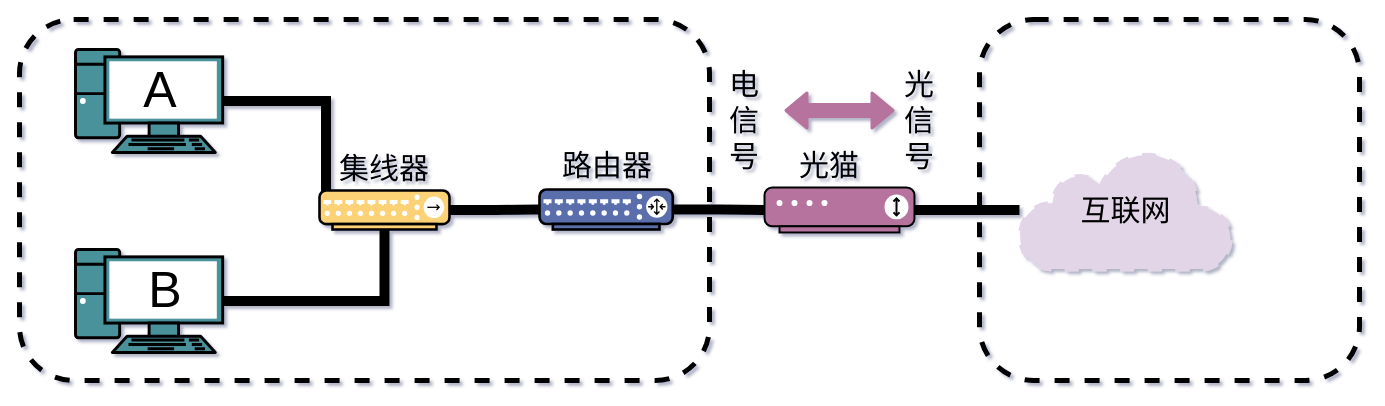
Above: network/光猫和路由器的区别.drawio in xiaobaiTech/image (draw.io), before the change. Source tidied: cells renumbered, new cells numbered last; positions are measured from the earlier drawing's top-left corner, leaving out a move shared by most shapes. Both pictures are drawn from the tidied source at 100%, with x=0, y=0 at pixel (19, 19).
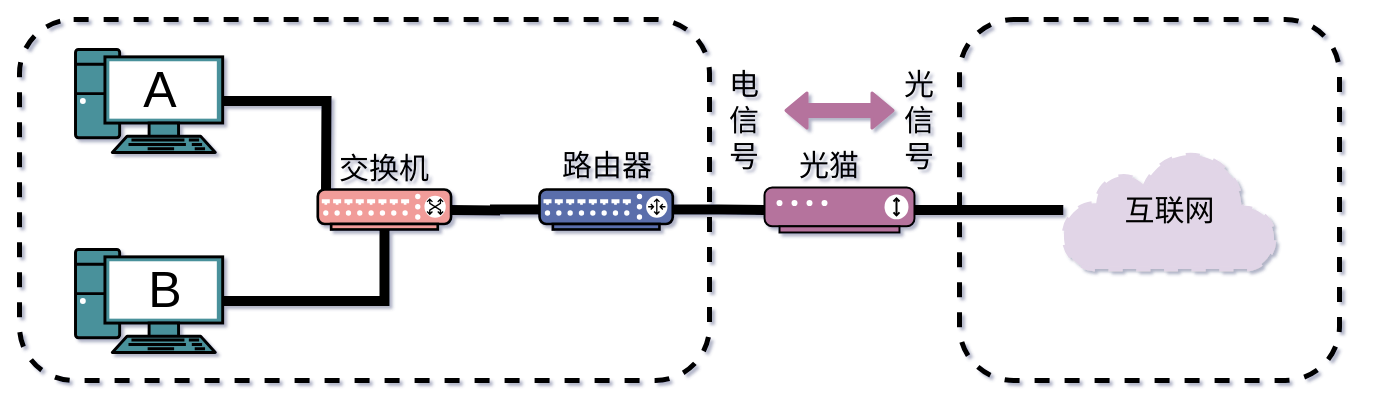
After the change.

Commit message:
Update 光猫和路由器的区别.drawio

Unchanged cells that the change refers to:
```xml
<mxCell id="4" style="fontColor=#0066CC;verticalAlign=top;verticalLabelPosition=bottom;labelPosition=center;align=center;html=1;outlineConnect=0;gradientColor=none;gradientDirection=north;strokeWidth=2;shape=mxgraph.networks.pc;fillColor=#4A919B;" parent="1" vertex="1">
  <mxGeometry x="56" y="30" width="147.2" height="103" as="geometry" />
</mxCell>
<mxCell id="5" style="fontColor=#0066CC;verticalAlign=top;verticalLabelPosition=bottom;labelPosition=center;align=center;html=1;outlineConnect=0;gradientColor=none;gradientDirection=north;strokeWidth=2;shape=mxgraph.networks.pc;fillColor=#4A919B;" parent="1" vertex="1">
  <mxGeometry x="56" y="230" width="147.2" height="103" as="geometry" />
</mxCell>
<mxCell id="14" style="fontColor=#0066CC;verticalAlign=top;verticalLabelPosition=bottom;labelPosition=center;align=center;html=1;outlineConnect=0;gradientColor=none;gradientDirection=north;strokeWidth=2;shape=mxgraph.networks.router;fillColor=#5A6EAB;fontSize=30;" parent="1" vertex="1">
  <mxGeometry x="520" y="170" width="133.3" height="40" as="geometry" />
</mxCell>
```

The edit, as a diff of the source:
```diff
@@
+    <mxCell id="19" style="rounded=1;whiteSpace=wrap;html=1;strokeWidth=5;dashed=1;fillColor=none;" parent="1" vertex="1">
+      <mxGeometry x="940" width="380" height="361" as="geometry" />
+    </mxCell>
@@
-    <mxCell id="3" style="edgeStyle=orthogonalEdgeStyle;rounded=0;jettySize=auto;html=1;exitX=1;exitY=0.5;exitDx=0;exitDy=0;exitPerimeter=0;strokeWidth=10;endArrow=none;endFill=0;entryX=0.05;entryY=0.05;entryDx=0;entryDy=0;entryPerimeter=0;" parent="1" edge="1" source="4" target="10">
-      <mxGeometry relative="1" as="geometry" />
+    <mxCell id="3" style="edgeStyle=orthogonalEdgeStyle;rounded=0;jettySize=auto;html=1;exitX=1;exitY=0.5;exitDx=0;exitDy=0;exitPerimeter=0;strokeWidth=10;endArrow=none;endFill=0;entryX=0.05;entryY=0.05;entryDx=0;entryDy=0;entryPerimeter=0;" parent="1" edge="1" source="4">
+      <mxGeometry relative="1" as="geometry">
+        <mxPoint x="306.5" y="172.9" as="targetPoint" />
+      </mxGeometry>
     </mxCell>
@@
-    <mxCell id="8" style="edgeStyle=orthogonalEdgeStyle;rounded=0;jettySize=auto;html=1;exitX=0.5;exitY=1;exitDx=0;exitDy=0;exitPerimeter=0;entryX=1;entryY=0.5;entryDx=0;entryDy=0;entryPerimeter=0;endArrow=none;endFill=0;strokeWidth=10;" parent="1" edge="1" source="10" target="5">
-      <mxGeometry relative="1" as="geometry" />
+    <mxCell id="8" style="edgeStyle=orthogonalEdgeStyle;rounded=0;jettySize=auto;html=1;exitX=0.5;exitY=1;exitDx=0;exitDy=0;exitPerimeter=0;entryX=1;entryY=0.5;entryDx=0;entryDy=0;entryPerimeter=0;endArrow=none;endFill=0;strokeWidth=10;" parent="1" edge="1" target="5">
+      <mxGeometry relative="1" as="geometry">
+        <mxPoint x="365" y="210" as="sourcePoint" />
+        <Array as="points">
+          <mxPoint x="365" y="281" />
+        </Array>
+      </mxGeometry>
     </mxCell>
-    <mxCell id="9" style="edgeStyle=orthogonalEdgeStyle;rounded=0;jettySize=auto;html=1;exitX=1;exitY=0.5;exitDx=0;exitDy=0;exitPerimeter=0;entryX=0;entryY=0.5;entryDx=0;entryDy=0;entryPerimeter=0;endArrow=none;endFill=0;strokeWidth=10;" parent="1" edge="1" source="10" target="14">
-      <mxGeometry relative="1" as="geometry" />
+    <mxCell id="9" style="edgeStyle=orthogonalEdgeStyle;rounded=0;jettySize=auto;html=1;exitX=1;exitY=0.5;exitDx=0;exitDy=0;exitPerimeter=0;entryX=0;entryY=0.5;entryDx=0;entryDy=0;entryPerimeter=0;endArrow=none;endFill=0;strokeWidth=10;" parent="1" edge="1" target="14">
+      <mxGeometry relative="1" as="geometry">
+        <mxPoint x="430" y="190.5" as="sourcePoint" />
+      </mxGeometry>
     </mxCell>
-    <mxCell id="10" style="fontColor=#0066CC;verticalAlign=top;verticalLabelPosition=bottom;labelPosition=center;align=center;html=1;outlineConnect=0;gradientColor=none;gradientDirection=north;strokeWidth=2;shape=mxgraph.networks.hub;fillColor=#FDD276;" parent="1" vertex="1">
-      <mxGeometry x="300" y="171" width="130" height="39" as="geometry" />
-    </mxCell>
-    <mxCell id="11" value="&lt;span style=&quot;font-size: 30px&quot;&gt;集线器&lt;/span&gt;" style="text;html=1;strokeColor=none;fillColor=none;align=center;verticalAlign=middle;whiteSpace=wrap;rounded=0;" parent="1" vertex="1">
+    <mxCell id="11" value="&lt;span style=&quot;font-size: 30px&quot;&gt;交换机&lt;/span&gt;" style="text;html=1;strokeColor=none;fillColor=none;align=center;verticalAlign=middle;whiteSpace=wrap;rounded=0;" parent="1" vertex="1">
       <mxGeometry x="315" y="133" width="100" height="31" as="geometry" />
     </mxCell>
@@
     <mxCell id="18" value="&lt;font style=&quot;font-size: 30px&quot; color=&quot;#000000&quot;&gt;互联网&lt;/font&gt;" style="html=1;outlineConnect=0;gradientColor=none;gradientDirection=north;strokeWidth=2;shape=mxgraph.networks.cloud;fontColor=#ffffff;dashed=1;fillColor=#E1D5E7;strokeColor=#E1D5E7;" parent="1" vertex="1">
-      <mxGeometry x="1000" y="131.5" width="212.4" height="118" as="geometry" />
+      <mxGeometry x="1043.8" y="131.5" width="212.4" height="118" as="geometry" />
     </mxCell>
-    <mxCell id="19" style="rounded=1;whiteSpace=wrap;html=1;strokeWidth=5;dashed=1;fillColor=none;" parent="1" vertex="1">
-      <mxGeometry x="960" width="380" height="361" as="geometry" />
-    </mxCell>
@@
+    <mxCell id="23" style="fontColor=#0066CC;verticalAlign=top;verticalLabelPosition=bottom;labelPosition=center;align=center;html=1;gradientColor=none;gradientDirection=north;strokeWidth=2;shape=mxgraph.networks.switch;fillColor=#F19C99;" parent="1" vertex="1">
+      <mxGeometry x="298.3" y="170" width="133.3" height="40" as="geometry" />
+    </mxCell>
```
